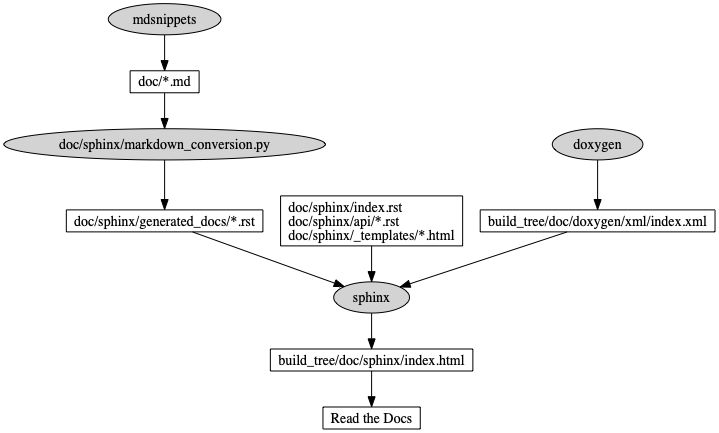
This is doc/images/sphinx_flow.png from approvals/ApprovalTests.cpp, a Graphviz export, as it was before one commit. Its source is kept beside it as doc/images/source/sphinx_flow.dot.
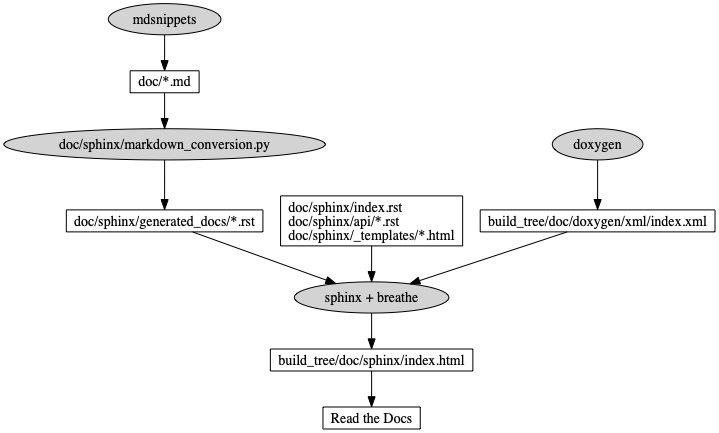
The same diagram one commit later.

Commit message:
d   Add breathe to the sphinx diagram

What changed in the source:
```diff
@@ -5,7 +5,7 @@
 
     "mdsnippets" [shape = oval, fillcolor = lightgray, style = filled]
     "doxygen" [shape = oval, fillcolor = lightgray, style = filled]
-    "sphinx" [shape = oval, fillcolor = lightgray, style = filled]
+    "sphinx" [label = "sphinx + breathe", shape = oval, fillcolor = lightgray, style = filled]
 
     "source_rst" [label = "doc/sphinx/index.rst\ldoc/sphinx/api/*.rst\ldoc/sphinx/_templates/*.html"]
     "source_rst" -> "sphinx"
```
